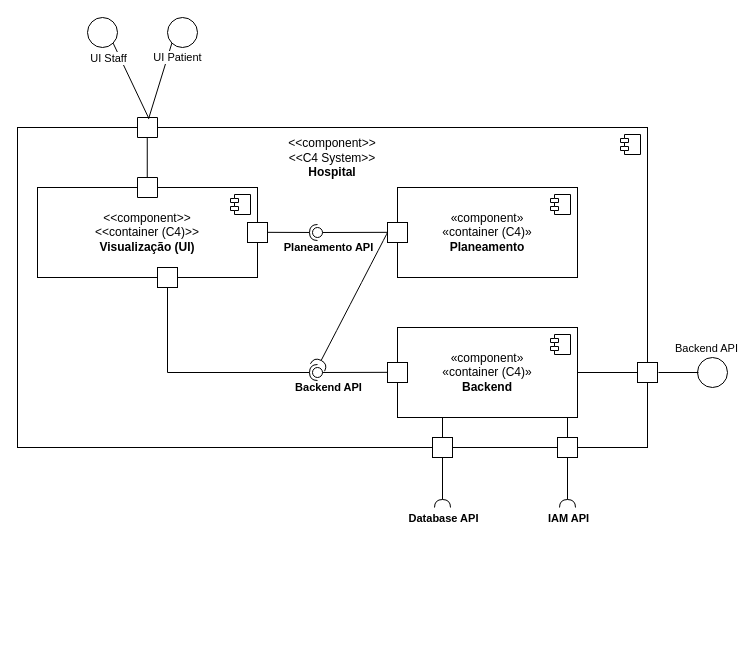
andredsferreira/p5sem-3dj-g59 keeps this draw.io diagram as docs/geral/views/level-2/logic/vista_logica.drawio. Above is the earlier version. Source tidied: cells renumbered, new cells numbered last; positions are measured from the earlier drawing's top-left corner, leaving out a move shared by most shapes. Both pictures are drawn from the tidied source at 100%, with x=0, y=0 at pixel (17, 17).
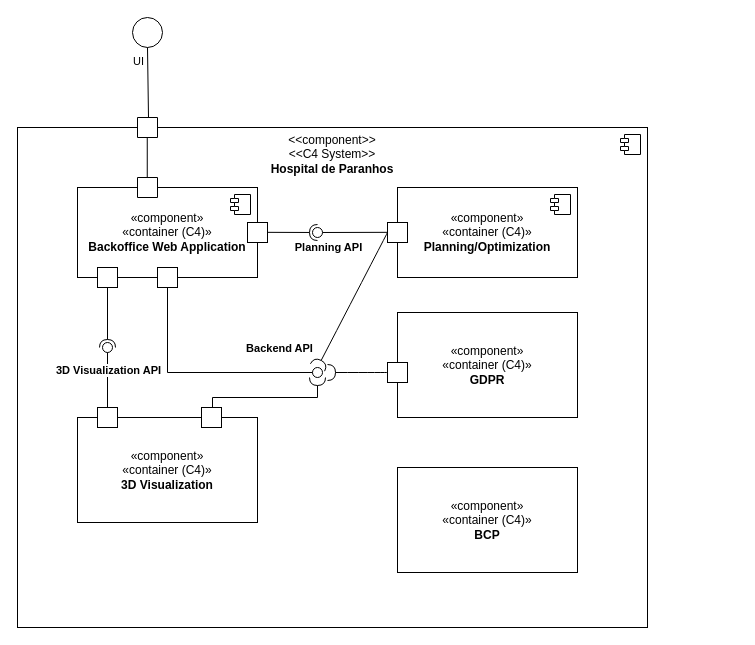
Above is the later version.

Unchanged cells that the change refers to:
```xml
<mxCell id="4" style="verticalLabelPosition=bottom;verticalAlign=top;html=1;shape=mxgraph.basic.rect;fillColor2=none;strokeWidth=1;size=20;indent=5;" parent="1" vertex="1">
  <mxGeometry x="120" y="100" width="20" height="20" as="geometry" />
</mxCell>
<mxCell id="21" style="rounded=0;orthogonalLoop=1;jettySize=auto;html=1;endArrow=oval;endFill=0;sketch=0;sourcePerimeterSpacing=0;targetPerimeterSpacing=0;endSize=10;" parent="1" edge="1">
  <mxGeometry relative="1" as="geometry">
    <mxPoint x="380" y="214.8" as="sourcePoint" />
    <mxPoint x="300" y="215" as="targetPoint" />
  </mxGeometry>
</mxCell>
<mxCell id="29" style="rounded=0;whiteSpace=wrap;html=1;" parent="1" vertex="1">
  <mxGeometry x="140" y="250" width="20" height="20" as="geometry" />
</mxCell>
```

Change to the diagram source:
```diff
@@
-    <mxCell id="2" value="&amp;lt;&amp;lt;component&amp;gt;&amp;gt;&lt;div&gt;&amp;lt;&amp;lt;C4 System&amp;gt;&amp;gt;&lt;br&gt;&lt;b&gt;Hospital&lt;/b&gt;&lt;/div&gt;&lt;div&gt;&lt;b&gt;&lt;br&gt;&lt;/b&gt;&lt;/div&gt;&lt;div&gt;&lt;b&gt;&lt;br&gt;&lt;/b&gt;&lt;/div&gt;&lt;div&gt;&lt;b&gt;&lt;br&gt;&lt;/b&gt;&lt;/div&gt;&lt;div&gt;&lt;b&gt;&lt;br&gt;&lt;/b&gt;&lt;/div&gt;&lt;div&gt;&lt;b&gt;&lt;br&gt;&lt;/b&gt;&lt;/div&gt;&lt;div&gt;&lt;b&gt;&lt;br&gt;&lt;/b&gt;&lt;/div&gt;&lt;div&gt;&lt;b&gt;&lt;br&gt;&lt;/b&gt;&lt;/div&gt;&lt;div&gt;&lt;b&gt;&lt;br&gt;&lt;/b&gt;&lt;/div&gt;&lt;div&gt;&lt;b&gt;&lt;br&gt;&lt;/b&gt;&lt;/div&gt;&lt;div&gt;&lt;b&gt;&lt;br&gt;&lt;/b&gt;&lt;/div&gt;&lt;div&gt;&lt;b&gt;&lt;br&gt;&lt;/b&gt;&lt;/div&gt;&lt;div&gt;&lt;b&gt;&lt;br&gt;&lt;/b&gt;&lt;/div&gt;&lt;div&gt;&lt;b&gt;&lt;br&gt;&lt;/b&gt;&lt;/div&gt;&lt;div&gt;&lt;b&gt;&lt;br&gt;&lt;/b&gt;&lt;/div&gt;&lt;div&gt;&lt;b&gt;&lt;br&gt;&lt;/b&gt;&lt;/div&gt;&lt;div&gt;&lt;b&gt;&lt;br&gt;&lt;/b&gt;&lt;/div&gt;&lt;div&gt;&lt;b&gt;&lt;br&gt;&lt;/b&gt;&lt;/div&gt;&lt;div&gt;&lt;b&gt;&lt;br&gt;&lt;/b&gt;&lt;/div&gt;" style="html=1;whiteSpace=wrap;" parent="1" vertex="1">
-      <mxGeometry y="110" width="630" height="320" as="geometry" />
+    <mxCell id="2" value="&amp;lt;&amp;lt;component&amp;gt;&amp;gt;&lt;div&gt;&amp;lt;&amp;lt;C4 System&amp;gt;&amp;gt;&lt;br&gt;&lt;b&gt;Hospital de Paranhos&lt;/b&gt;&lt;/div&gt;&lt;div&gt;&lt;b&gt;&lt;br&gt;&lt;/b&gt;&lt;/div&gt;&lt;div&gt;&lt;b&gt;&lt;br&gt;&lt;/b&gt;&lt;/div&gt;&lt;div&gt;&lt;b&gt;&lt;br&gt;&lt;/b&gt;&lt;/div&gt;&lt;div&gt;&lt;b&gt;&lt;br&gt;&lt;/b&gt;&lt;/div&gt;&lt;div&gt;&lt;b&gt;&lt;br&gt;&lt;/b&gt;&lt;/div&gt;&lt;div&gt;&lt;b&gt;&lt;br&gt;&lt;/b&gt;&lt;/div&gt;&lt;div&gt;&lt;b&gt;&lt;br&gt;&lt;/b&gt;&lt;/div&gt;&lt;div&gt;&lt;b&gt;&lt;br&gt;&lt;/b&gt;&lt;/div&gt;&lt;div&gt;&lt;b&gt;&lt;br&gt;&lt;/b&gt;&lt;/div&gt;&lt;div&gt;&lt;b&gt;&lt;br&gt;&lt;/b&gt;&lt;/div&gt;&lt;div&gt;&lt;b&gt;&lt;br&gt;&lt;/b&gt;&lt;/div&gt;&lt;div&gt;&lt;b&gt;&lt;br&gt;&lt;/b&gt;&lt;/div&gt;&lt;div&gt;&lt;b&gt;&lt;br&gt;&lt;/b&gt;&lt;/div&gt;&lt;div&gt;&lt;b&gt;&lt;br&gt;&lt;/b&gt;&lt;/div&gt;&lt;div&gt;&lt;b&gt;&lt;br&gt;&lt;/b&gt;&lt;/div&gt;&lt;div&gt;&lt;b&gt;&lt;br&gt;&lt;/b&gt;&lt;/div&gt;&lt;div&gt;&lt;b&gt;&lt;br&gt;&lt;/b&gt;&lt;/div&gt;&lt;div&gt;&lt;b&gt;&lt;br&gt;&lt;/b&gt;&lt;/div&gt;&lt;div&gt;&lt;b&gt;&lt;br&gt;&lt;/b&gt;&lt;/div&gt;&lt;div&gt;&lt;b&gt;&lt;br&gt;&lt;/b&gt;&lt;/div&gt;&lt;div&gt;&lt;b&gt;&lt;br&gt;&lt;/b&gt;&lt;/div&gt;&lt;div&gt;&lt;b&gt;&lt;br&gt;&lt;/b&gt;&lt;/div&gt;&lt;div&gt;&lt;b&gt;&lt;br&gt;&lt;/b&gt;&lt;/div&gt;&lt;div&gt;&lt;b&gt;&lt;br&gt;&lt;/b&gt;&lt;/div&gt;&lt;div&gt;&lt;b&gt;&lt;br&gt;&lt;/b&gt;&lt;/div&gt;&lt;div&gt;&lt;b&gt;&lt;br&gt;&lt;/b&gt;&lt;/div&gt;&lt;div&gt;&lt;b&gt;&lt;br&gt;&lt;/b&gt;&lt;/div&gt;&lt;div&gt;&lt;b&gt;&lt;br&gt;&lt;/b&gt;&lt;/div&gt;&lt;div&gt;&lt;b&gt;&lt;br&gt;&lt;/b&gt;&lt;/div&gt;&lt;div&gt;&lt;b&gt;&lt;br&gt;&lt;/b&gt;&lt;/div&gt;&lt;div&gt;&lt;br&gt;&lt;/div&gt;" style="html=1;whiteSpace=wrap;" parent="1" vertex="1">
+      <mxGeometry y="110" width="630" height="500" as="geometry" />
     </mxCell>
@@
-    <mxCell id="5" value="&amp;lt;&amp;lt;component&amp;gt;&amp;gt;&lt;div&gt;&amp;lt;&amp;lt;container (C4)&amp;gt;&amp;gt;&lt;br&gt;&lt;div&gt;&lt;b&gt;Visualização (UI)&lt;/b&gt;&lt;/div&gt;&lt;/div&gt;" style="html=1;whiteSpace=wrap;" parent="1" vertex="1">
-      <mxGeometry x="20" y="170" width="220" height="90" as="geometry" />
-    </mxCell>
-    <mxCell id="6" style="shape=module;jettyWidth=8;jettyHeight=4;" parent="5" vertex="1">
-      <mxGeometry x="1" width="20" height="20" relative="1" as="geometry">
-        <mxPoint x="-27" y="7" as="offset" />
-      </mxGeometry>
-    </mxCell>
-    <mxCell id="7" style="verticalLabelPosition=bottom;verticalAlign=top;html=1;shape=mxgraph.basic.rect;fillColor2=none;strokeWidth=1;size=20;indent=5;" parent="1" vertex="1">
-      <mxGeometry x="120" y="160" width="20" height="20" as="geometry" />
-    </mxCell>
@@
     <mxCell id="10" style="ellipse;whiteSpace=wrap;html=1;" parent="1" vertex="1">
-      <mxGeometry x="70" width="30" height="30" as="geometry" />
+      <mxGeometry x="115" width="30" height="30" as="geometry" />
     </mxCell>
-    <mxCell id="11" style="ellipse;whiteSpace=wrap;html=1;" parent="1" vertex="1">
-      <mxGeometry x="150" width="30" height="30" as="geometry" />
-    </mxCell>
-    <mxCell id="12" style="endArrow=none;html=1;rounded=0;entryX=1;entryY=1;entryDx=0;entryDy=0;exitX=0.55;exitY=0.011;exitDx=0;exitDy=0;exitPerimeter=0;" parent="1" edge="1" source="4" target="10">
+    <mxCell id="12" style="endArrow=none;html=1;rounded=0;entryX=0.5;entryY=1;entryDx=0;entryDy=0;exitX=0.55;exitY=0.011;exitDx=0;exitDy=0;exitPerimeter=0;" parent="1" edge="1" source="4" target="10">
       <mxGeometry relative="1" as="geometry" />
     </mxCell>
-    <mxCell id="13" value="UI Staff" style="edgeLabel;html=1;align=center;verticalAlign=middle;" parent="12" vertex="1">
+    <mxCell id="13" value="UI" style="edgeLabel;html=1;align=center;verticalAlign=middle;" parent="12" vertex="1">
       <mxGeometry x="0.73" y="1" relative="1" as="geometry">
         <mxPoint x="-9" y="4" as="offset" />
       </mxGeometry>
     </mxCell>
-    <mxCell id="14" style="endArrow=none;html=1;rounded=0;entryX=0;entryY=1;entryDx=0;entryDy=0;exitX=0.55;exitY=0.078;exitDx=0;exitDy=0;exitPerimeter=0;" parent="1" edge="1" source="4" target="11">
-      <mxGeometry relative="1" as="geometry" />
-    </mxCell>
-    <mxCell id="15" value="UI Patient" style="edgeLabel;html=1;align=center;verticalAlign=middle;" parent="14" vertex="1">
-      <mxGeometry x="0.6" y="2" relative="1" as="geometry">
-        <mxPoint x="12" as="offset" />
-      </mxGeometry>
-    </mxCell>
-    <mxCell id="16" value="«component»&lt;div&gt;«container (C4)»&lt;br&gt;&lt;b&gt;Planeamento&lt;/b&gt;&lt;/div&gt;" style="html=1;whiteSpace=wrap;" parent="1" vertex="1">
+    <mxCell id="16" value="«component»&lt;div&gt;«container (C4)»&lt;br&gt;&lt;b&gt;Planning/Optimization&lt;/b&gt;&lt;/div&gt;" style="html=1;whiteSpace=wrap;" parent="1" vertex="1">
       <mxGeometry x="380" y="170" width="180" height="90" as="geometry" />
     </mxCell>
@@
-    <mxCell id="18" value="«component»&lt;div&gt;«container (C4)»&lt;br&gt;&lt;b&gt;Backend&lt;/b&gt;&lt;/div&gt;" style="html=1;whiteSpace=wrap;" parent="1" vertex="1">
-      <mxGeometry x="380" y="310" width="180" height="90" as="geometry" />
+    <mxCell id="18" value="«component»&lt;div&gt;«container (C4)»&lt;br&gt;&lt;b&gt;Backoffice Web Application&lt;/b&gt;&lt;/div&gt;" style="html=1;whiteSpace=wrap;" parent="1" vertex="1">
+      <mxGeometry x="60" y="170" width="180" height="90" as="geometry" />
     </mxCell>
@@
-    <mxCell id="22" value="&lt;b&gt;Planeamento API&lt;/b&gt;" style="edgeLabel;html=1;align=center;verticalAlign=middle;" parent="21" vertex="1">
+    <mxCell id="22" value="&lt;b&gt;Planning API&lt;/b&gt;" style="edgeLabel;html=1;align=center;verticalAlign=middle;" parent="21" vertex="1">
       <mxGeometry x="0.75" relative="1" as="geometry">
         <mxPoint y="15" as="offset" />
       </mxGeometry>
     </mxCell>
@@
-    <mxCell id="26" style="rounded=0;jettySize=auto;html=1;endArrow=halfCircle;endFill=0;endSize=6;strokeWidth=1;sketch=0;exitX=0.5;exitY=1;exitDx=0;exitDy=0;" parent="1" edge="1" source="29">
+    <mxCell id="26" style="rounded=0;jettySize=auto;html=1;endArrow=halfCircle;endFill=0;endSize=6;strokeWidth=1;sketch=0;exitX=0.75;exitY=0;exitDx=0;exitDy=0;" parent="1" edge="1" source="48">
       <mxGeometry relative="1" as="geometry">
-        <mxPoint x="300" y="355" as="targetPoint" />
+        <mxPoint x="300" y="360" as="targetPoint" />
         <Array as="points">
-          <mxPoint x="150" y="355" />
+          <mxPoint x="195" y="380" />
+          <mxPoint x="300" y="380" />
         </Array>
       </mxGeometry>
     </mxCell>
-    <mxCell id="27" style="rounded=0;orthogonalLoop=1;jettySize=auto;html=1;endArrow=oval;endFill=0;sketch=0;sourcePerimeterSpacing=0;targetPerimeterSpacing=0;endSize=10;" parent="1" edge="1">
+    <mxCell id="27" style="rounded=0;jettySize=auto;html=1;endArrow=oval;endFill=0;sketch=0;sourcePerimeterSpacing=0;targetPerimeterSpacing=0;endSize=10;exitX=0.5;exitY=1;exitDx=0;exitDy=0;" parent="1" edge="1" source="29">
       <mxGeometry relative="1" as="geometry">
-        <mxPoint x="380" y="354.8" as="sourcePoint" />
         <mxPoint x="300" y="355" as="targetPoint" />
+        <Array as="points">
+          <mxPoint x="150" y="355" />
+        </Array>
       </mxGeometry>
     </mxCell>
     <mxCell id="28" value="&lt;b&gt;Backend API&lt;/b&gt;" style="edgeLabel;html=1;align=center;verticalAlign=middle;" parent="27" vertex="1">
       <mxGeometry x="0.75" relative="1" as="geometry">
-        <mxPoint y="15" as="offset" />
+        <mxPoint x="-10" y="-25" as="offset" />
       </mxGeometry>
     </mxCell>
@@
-    <mxCell id="30" style="rounded=0;whiteSpace=wrap;html=1;" parent="1" vertex="1">
-      <mxGeometry x="370" y="345" width="20" height="20" as="geometry" />
-    </mxCell>
-    <mxCell id="31" style="rounded=0;jettySize=auto;html=1;endArrow=halfCircle;endFill=0;endSize=6;strokeWidth=1;sketch=0;exitX=0.5;exitY=1;exitDx=0;exitDy=0;" parent="1" edge="1" source="34">
-      <mxGeometry relative="1" as="geometry">
-        <mxPoint x="425" y="490" as="targetPoint" />
-      </mxGeometry>
-    </mxCell>
-    <mxCell id="32" value="&lt;b&gt;Database API&lt;/b&gt;" style="edgeLabel;html=1;align=center;verticalAlign=middle;" parent="31" vertex="1">
-      <mxGeometry x="0.35" relative="1" as="geometry">
-        <mxPoint y="26" as="offset" />
-      </mxGeometry>
-    </mxCell>
-    <mxCell id="33" style="ellipse;whiteSpace=wrap;html=1;align=center;fillColor=none;strokeColor=none;perimeter=centerPerimeter;" parent="1" vertex="1">
-      <mxGeometry x="425" y="450" width="10" height="10" as="geometry" />
-    </mxCell>
-    <mxCell id="34" style="rounded=0;whiteSpace=wrap;html=1;" parent="1" vertex="1">
-      <mxGeometry x="415" y="420" width="20" height="20" as="geometry" />
-    </mxCell>
-    <mxCell id="35" style="endArrow=none;html=1;rounded=0;entryX=0.5;entryY=1;entryDx=0;entryDy=0;exitX=0.5;exitY=0;exitDx=0;exitDy=0;" parent="1" edge="1" source="34">
-      <mxGeometry relative="1" as="geometry">
-        <mxPoint x="425" y="400" as="targetPoint" />
-      </mxGeometry>
-    </mxCell>
-    <mxCell id="36" style="rounded=0;jettySize=auto;html=1;endArrow=halfCircle;endFill=0;endSize=6;strokeWidth=1;sketch=0;exitX=0.5;exitY=1;exitDx=0;exitDy=0;" parent="1" edge="1" source="38">
-      <mxGeometry relative="1" as="geometry">
-        <mxPoint x="550" y="490" as="targetPoint" />
-      </mxGeometry>
-    </mxCell>
-    <mxCell id="37" value="&lt;b&gt;IAM API&lt;/b&gt;" style="edgeLabel;html=1;align=center;verticalAlign=middle;" parent="36" vertex="1">
-      <mxGeometry x="0.35" relative="1" as="geometry">
-        <mxPoint y="26" as="offset" />
-      </mxGeometry>
-    </mxCell>
-    <mxCell id="38" style="rounded=0;whiteSpace=wrap;html=1;" parent="1" vertex="1">
-      <mxGeometry x="540" y="420" width="20" height="20" as="geometry" />
-    </mxCell>
-    <mxCell id="39" style="endArrow=none;html=1;rounded=0;entryX=0.5;entryY=1;entryDx=0;entryDy=0;exitX=0.5;exitY=0;exitDx=0;exitDy=0;" parent="1" edge="1" source="38">
-      <mxGeometry relative="1" as="geometry">
-        <mxPoint x="550" y="400" as="targetPoint" />
-      </mxGeometry>
-    </mxCell>
@@
-    <mxCell id="42" style="rounded=0;whiteSpace=wrap;html=1;" parent="1" vertex="1">
-      <mxGeometry x="620" y="345" width="20" height="20" as="geometry" />
-    </mxCell>
-    <mxCell id="43" style="endArrow=none;html=1;rounded=0;exitX=1;exitY=0.5;exitDx=0;exitDy=0;entryX=0;entryY=0.5;entryDx=0;entryDy=0;" parent="1" edge="1" source="18" target="42">
-      <mxGeometry relative="1" as="geometry" />
-    </mxCell>
-    <mxCell id="44" style="ellipse;whiteSpace=wrap;html=1;align=center;fillColor=none;strokeColor=none;perimeter=centerPerimeter;" parent="1" vertex="1">
-      <mxGeometry x="655" y="350" width="10" height="10" as="geometry" />
-    </mxCell>
-    <mxCell id="45" style="ellipse;whiteSpace=wrap;html=1;" parent="1" vertex="1">
-      <mxGeometry x="680" y="340" width="30" height="30" as="geometry" />
-    </mxCell>
-    <mxCell id="46" style="endArrow=none;html=1;rounded=0;entryX=0;entryY=0.5;entryDx=0;entryDy=0;exitX=1;exitY=0.5;exitDx=0;exitDy=0;" parent="1" edge="1">
-      <mxGeometry relative="1" as="geometry">
-        <mxPoint x="641" y="355" as="sourcePoint" />
-        <mxPoint x="681" y="355" as="targetPoint" />
-      </mxGeometry>
-    </mxCell>
-    <mxCell id="47" value="Backend API" style="edgeLabel;html=1;align=center;verticalAlign=middle;" parent="46" vertex="1">
-      <mxGeometry x="0.73" y="1" relative="1" as="geometry">
-        <mxPoint x="12" y="-24" as="offset" />
-      </mxGeometry>
-    </mxCell>
+    <mxCell id="7" style="verticalLabelPosition=bottom;verticalAlign=top;html=1;shape=mxgraph.basic.rect;fillColor2=none;strokeWidth=1;size=20;indent=5;" parent="1" vertex="1">
+      <mxGeometry x="120" y="160" width="20" height="20" as="geometry" />
+    </mxCell>
+    <mxCell id="48" value="«component»&lt;br&gt;«container (C4)»&lt;div&gt;&lt;b&gt;3D Visualization&lt;/b&gt;&lt;/div&gt;" style="rounded=0;whiteSpace=wrap;html=1;" parent="1" vertex="1">
+      <mxGeometry x="60" y="400" width="180" height="105" as="geometry" />
+    </mxCell>
+    <mxCell id="49" value="«component»&lt;br&gt;«container (C4)»&lt;div&gt;&lt;b&gt;GDPR&lt;/b&gt;&lt;/div&gt;" style="rounded=0;whiteSpace=wrap;html=1;" parent="1" vertex="1">
+      <mxGeometry x="380" y="295" width="180" height="105" as="geometry" />
+    </mxCell>
+    <mxCell id="30" style="rounded=0;whiteSpace=wrap;html=1;" parent="1" vertex="1">
+      <mxGeometry x="370" y="345" width="20" height="20" as="geometry" />
+    </mxCell>
+    <mxCell id="50" style="rounded=0;jettySize=auto;html=1;endArrow=halfCircle;endFill=0;endSize=6;strokeWidth=1;sketch=0;fontSize=12;curved=1;exitX=0;exitY=0.5;exitDx=0;exitDy=0;" parent="1" edge="1" source="30">
+      <mxGeometry relative="1" as="geometry">
+        <mxPoint x="310" y="355" as="targetPoint" />
+      </mxGeometry>
+    </mxCell>
+    <mxCell id="51" style="rounded=0;whiteSpace=wrap;html=1;" parent="1" vertex="1">
+      <mxGeometry x="184" y="390" width="20" height="20" as="geometry" />
+    </mxCell>
+    <mxCell id="52" style="rounded=0;whiteSpace=wrap;html=1;" parent="1" vertex="1">
+      <mxGeometry x="80" y="390" width="20" height="20" as="geometry" />
+    </mxCell>
+    <mxCell id="53" style="rounded=0;whiteSpace=wrap;html=1;" parent="1" vertex="1">
+      <mxGeometry x="80" y="250" width="20" height="20" as="geometry" />
+    </mxCell>
+    <mxCell id="54" style="rounded=0;jettySize=auto;html=1;endArrow=halfCircle;endFill=0;endSize=6;strokeWidth=1;sketch=0;exitX=0.5;exitY=1;exitDx=0;exitDy=0;" parent="1" edge="1" source="53">
+      <mxGeometry relative="1" as="geometry">
+        <mxPoint x="90" y="330" as="targetPoint" />
+      </mxGeometry>
+    </mxCell>
+    <mxCell id="55" style="rounded=0;jettySize=auto;html=1;endArrow=oval;endFill=0;sketch=0;sourcePerimeterSpacing=0;targetPerimeterSpacing=0;endSize=10;exitX=0.5;exitY=0;exitDx=0;exitDy=0;" parent="1" edge="1" source="52">
+      <mxGeometry relative="1" as="geometry">
+        <mxPoint x="90" y="330" as="targetPoint" />
+      </mxGeometry>
+    </mxCell>
+    <mxCell id="56" value="&lt;b&gt;3D Visualization API&lt;/b&gt;" style="edgeLabel;html=1;align=center;verticalAlign=middle;" parent="55" vertex="1">
+      <mxGeometry x="0.75" relative="1" as="geometry">
+        <mxPoint y="15" as="offset" />
+      </mxGeometry>
+    </mxCell>
+    <mxCell id="57" value="«component»&lt;br&gt;«container (C4)»&lt;div&gt;&lt;b&gt;BCP&lt;/b&gt;&lt;/div&gt;" style="rounded=0;whiteSpace=wrap;html=1;" parent="1" vertex="1">
+      <mxGeometry x="380" y="450" width="180" height="105" as="geometry" />
+    </mxCell>
```
